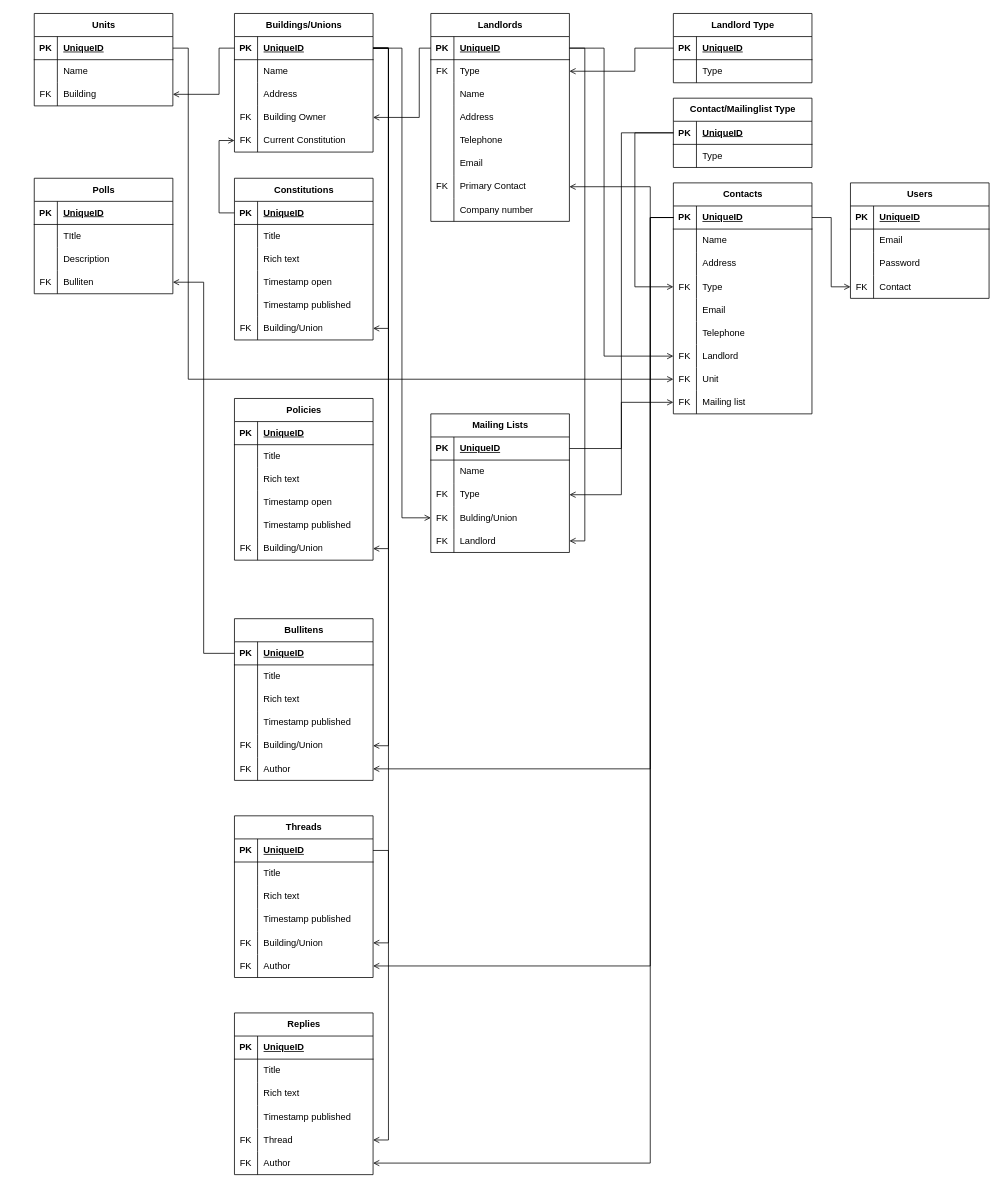
Above: docs/architecture/Entity Diagram.drawio in IslayAnderson/untitled-unionisation-platform (draw.io), before the change. Source tidied: cells renumbered, new cells numbered last; positions are measured from the earlier drawing's top-left corner, leaving out a move shared by most shapes. Both pictures are drawn from the tidied source at 77%, with x=0, y=0 at pixel (34, 13).
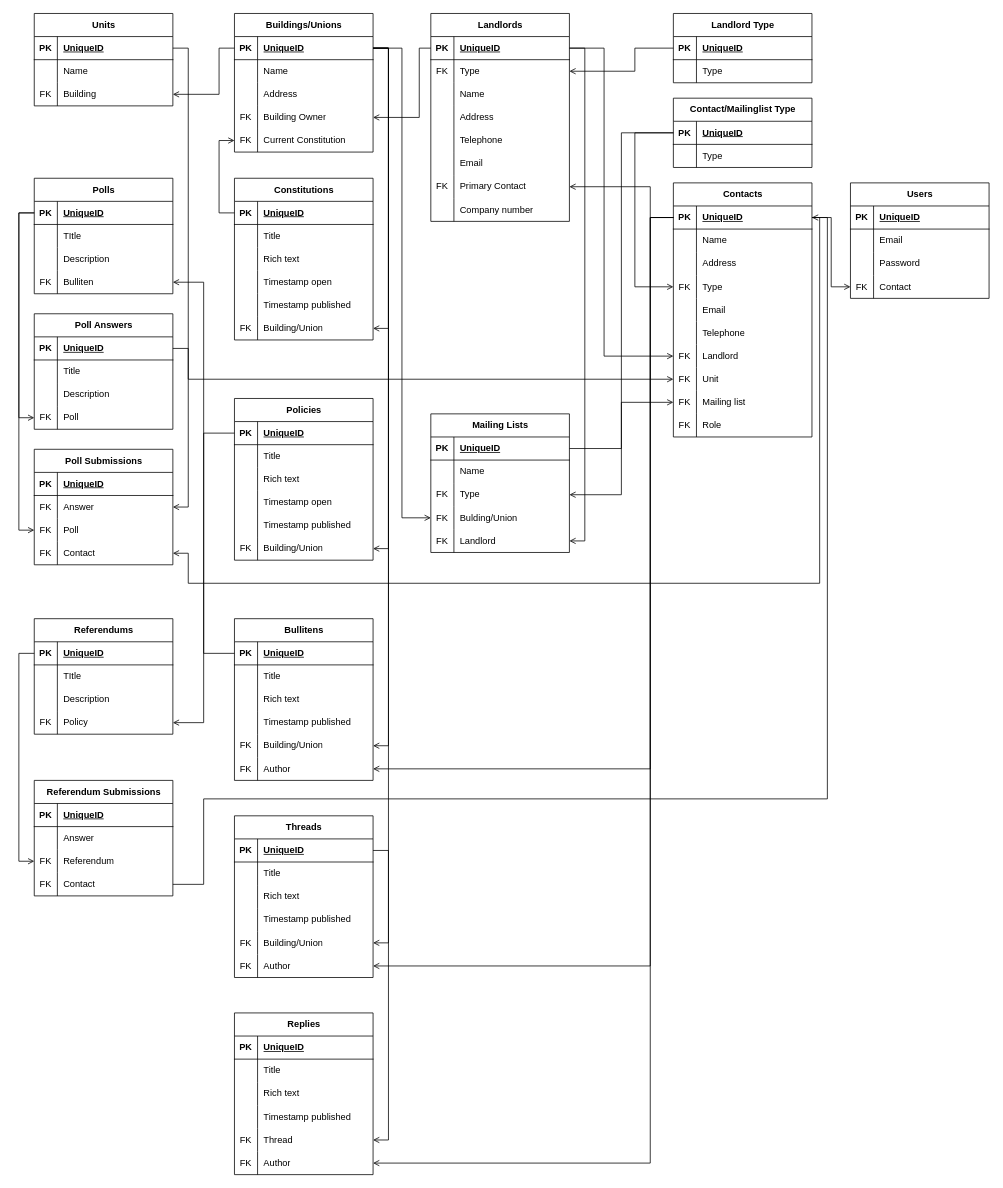
The same diagram, later.

Commit message:
create polls and referendums

The change refers to these unchanged cells:
```xml
<mxCell id="44" style="shape=tableRow;horizontal=0;startSize=0;swimlaneHead=0;swimlaneBody=0;fillColor=none;points=[[0,0.5],[1,0.5]];portConstraint=eastwest;top=0;left=0;right=0;bottom=1;" parent="43" vertex="1">
  <mxGeometry y="30" width="180" height="30" as="geometry" />
</mxCell>
<mxCell id="124" style="shape=tableRow;horizontal=0;startSize=0;swimlaneHead=0;swimlaneBody=0;fillColor=none;points=[[0,0.5],[1,0.5]];portConstraint=eastwest;top=0;left=0;right=0;bottom=1;" parent="123" vertex="1">
  <mxGeometry y="30" width="180" height="30" as="geometry" />
</mxCell>
<mxCell id="241" style="shape=tableRow;horizontal=0;startSize=0;swimlaneHead=0;swimlaneBody=0;fillColor=none;points=[[0,0.5],[1,0.5]];portConstraint=eastwest;top=0;left=0;right=0;bottom=1;" parent="240" vertex="1">
  <mxGeometry y="30" width="180" height="30" as="geometry" />
</mxCell>
```

The edit, as a diff of the source:
```diff
@@
     <mxCell id="43" value="Contacts" style="shape=table;startSize=30;childLayout=tableLayout;rowLines=0;fontStyle=1;align=center;html=1;" parent="1" vertex="1">
-      <mxGeometry x="830" y="220" width="180" height="300" as="geometry" />
+      <mxGeometry x="830" y="220" width="180" height="330" as="geometry" />
     </mxCell>
@@
+    <mxCell id="254" style="shape=tableRow;horizontal=0;startSize=0;swimlaneHead=0;swimlaneBody=0;fillColor=none;top=0;left=0;right=0;bottom=0;" parent="43" vertex="1">
+      <mxGeometry y="300" width="180" height="30" as="geometry" />
+    </mxCell>
+    <mxCell id="255" value="FK" style="shape=partialRectangle;fillColor=none;top=0;left=0;bottom=0;right=0;overflow=hidden;whiteSpace=wrap;html=1;" parent="254" vertex="1">
+      <mxGeometry width="30" height="30" as="geometry" />
+    </mxCell>
+    <mxCell id="256" value="Role" style="shape=partialRectangle;fillColor=none;top=0;left=0;bottom=0;right=0;align=left;spacingLeft=6;overflow=hidden;whiteSpace=wrap;html=1;" parent="254" vertex="1">
+      <mxGeometry x="30" width="150" height="30" as="geometry" />
+    </mxCell>
@@
+    <mxCell id="257" value="Poll Answers" style="shape=table;startSize=30;childLayout=tableLayout;rowLines=0;fontStyle=1;align=center;html=1;" parent="1" vertex="1">
+      <mxGeometry y="390" width="180" height="150" as="geometry" />
+    </mxCell>
+    <mxCell id="258" style="shape=tableRow;horizontal=0;startSize=0;swimlaneHead=0;swimlaneBody=0;fillColor=none;points=[[0,0.5],[1,0.5]];portConstraint=eastwest;top=0;left=0;right=0;bottom=1;" parent="257" vertex="1">
+      <mxGeometry y="30" width="180" height="30" as="geometry" />
+    </mxCell>
+    <mxCell id="259" value="PK" style="shape=partialRectangle;fillColor=none;top=0;left=0;bottom=0;right=0;fontStyle=1;overflow=hidden;whiteSpace=wrap;html=1;" parent="258" vertex="1">
+      <mxGeometry width="30" height="30" as="geometry" />
+    </mxCell>
+    <mxCell id="260" value="UniqueID" style="shape=partialRectangle;fillColor=none;top=0;left=0;bottom=0;right=0;align=left;spacingLeft=6;fontStyle=5;overflow=hidden;whiteSpace=wrap;html=1;" parent="258" vertex="1">
+      <mxGeometry x="30" width="150" height="30" as="geometry" />
+    </mxCell>
+    <mxCell id="261" style="shape=tableRow;horizontal=0;startSize=0;swimlaneHead=0;swimlaneBody=0;fillColor=none;top=0;left=0;right=0;bottom=0;" parent="257" vertex="1">
+      <mxGeometry y="60" width="180" height="30" as="geometry" />
+    </mxCell>
+    <mxCell id="262" style="shape=partialRectangle;fillColor=none;top=0;left=0;bottom=0;right=0;overflow=hidden;whiteSpace=wrap;html=1;" parent="261" vertex="1">
+      <mxGeometry width="30" height="30" as="geometry" />
+    </mxCell>
+    <mxCell id="263" value="Title" style="shape=partialRectangle;fillColor=none;top=0;left=0;bottom=0;right=0;align=left;spacingLeft=6;overflow=hidden;whiteSpace=wrap;html=1;" parent="261" vertex="1">
+      <mxGeometry x="30" width="150" height="30" as="geometry" />
+    </mxCell>
+    <mxCell id="264" style="shape=tableRow;horizontal=0;startSize=0;swimlaneHead=0;swimlaneBody=0;fillColor=none;top=0;left=0;right=0;bottom=0;" parent="257" vertex="1">
+      <mxGeometry y="90" width="180" height="30" as="geometry" />
+    </mxCell>
+    <mxCell id="265" style="shape=partialRectangle;fillColor=none;top=0;left=0;bottom=0;right=0;overflow=hidden;whiteSpace=wrap;html=1;" parent="264" vertex="1">
+      <mxGeometry width="30" height="30" as="geometry" />
+    </mxCell>
+    <mxCell id="266" value="Description" style="shape=partialRectangle;fillColor=none;top=0;left=0;bottom=0;right=0;align=left;spacingLeft=6;overflow=hidden;whiteSpace=wrap;html=1;" parent="264" vertex="1">
+      <mxGeometry x="30" width="150" height="30" as="geometry" />
+    </mxCell>
+    <mxCell id="267" style="shape=tableRow;horizontal=0;startSize=0;swimlaneHead=0;swimlaneBody=0;fillColor=none;points=[[0,0.5],[1,0.5]];portConstraint=eastwest;top=0;left=0;right=0;bottom=0;" parent="257" vertex="1">
+      <mxGeometry y="120" width="180" height="30" as="geometry" />
+    </mxCell>
+    <mxCell id="268" value="FK" style="shape=partialRectangle;fillColor=none;top=0;left=0;bottom=0;right=0;overflow=hidden;whiteSpace=wrap;html=1;" parent="267" vertex="1">
+      <mxGeometry width="30" height="30" as="geometry" />
+    </mxCell>
+    <mxCell id="269" value="Poll" style="shape=partialRectangle;fillColor=none;top=0;left=0;bottom=0;right=0;align=left;spacingLeft=6;overflow=hidden;whiteSpace=wrap;html=1;" parent="267" vertex="1">
+      <mxGeometry x="30" width="150" height="30" as="geometry" />
+    </mxCell>
+    <mxCell id="270" style="edgeStyle=orthogonalEdgeStyle;rounded=0;jettySize=auto;html=1;exitX=0;exitY=0.5;exitDx=0;exitDy=0;entryX=0;entryY=0.5;entryDx=0;entryDy=0;defaultLabelBackgroundColor=page;endArrow=open;endFill=0;" parent="1" edge="1" source="241" target="267">
+      <mxGeometry relative="1" as="geometry" />
+    </mxCell>
+    <mxCell id="271" value="Poll Submissions" style="shape=table;startSize=30;childLayout=tableLayout;rowLines=0;fontStyle=1;align=center;html=1;" parent="1" vertex="1">
+      <mxGeometry y="566" width="180" height="150" as="geometry" />
+    </mxCell>
+    <mxCell id="272" style="shape=tableRow;horizontal=0;startSize=0;swimlaneHead=0;swimlaneBody=0;fillColor=none;top=0;left=0;right=0;bottom=1;" parent="271" vertex="1">
+      <mxGeometry y="30" width="180" height="30" as="geometry" />
+    </mxCell>
+    <mxCell id="273" value="PK" style="shape=partialRectangle;fillColor=none;top=0;left=0;bottom=0;right=0;fontStyle=1;overflow=hidden;whiteSpace=wrap;html=1;" parent="272" vertex="1">
+      <mxGeometry width="30" height="30" as="geometry" />
+    </mxCell>
+    <mxCell id="274" value="UniqueID" style="shape=partialRectangle;fillColor=none;top=0;left=0;bottom=0;right=0;align=left;spacingLeft=6;fontStyle=5;overflow=hidden;whiteSpace=wrap;html=1;" parent="272" vertex="1">
+      <mxGeometry x="30" width="150" height="30" as="geometry" />
+    </mxCell>
+    <mxCell id="275" style="shape=tableRow;horizontal=0;startSize=0;swimlaneHead=0;swimlaneBody=0;fillColor=none;points=[[0,0.5],[1,0.5]];portConstraint=eastwest;top=0;left=0;right=0;bottom=0;" parent="271" vertex="1">
+      <mxGeometry y="60" width="180" height="30" as="geometry" />
+    </mxCell>
+    <mxCell id="276" value="FK" style="shape=partialRectangle;fillColor=none;top=0;left=0;bottom=0;right=0;overflow=hidden;whiteSpace=wrap;html=1;" parent="275" vertex="1">
+      <mxGeometry width="30" height="30" as="geometry" />
+    </mxCell>
+    <mxCell id="277" value="Answer" style="shape=partialRectangle;fillColor=none;top=0;left=0;bottom=0;right=0;align=left;spacingLeft=6;overflow=hidden;whiteSpace=wrap;html=1;" parent="275" vertex="1">
+      <mxGeometry x="30" width="150" height="30" as="geometry" />
+    </mxCell>
+    <mxCell id="278" style="shape=tableRow;horizontal=0;startSize=0;swimlaneHead=0;swimlaneBody=0;fillColor=none;points=[[0,0.5],[1,0.5]];portConstraint=eastwest;top=0;left=0;right=0;bottom=0;" parent="271" vertex="1">
+      <mxGeometry y="90" width="180" height="30" as="geometry" />
+    </mxCell>
+    <mxCell id="279" value="FK" style="shape=partialRectangle;fillColor=none;top=0;left=0;bottom=0;right=0;overflow=hidden;whiteSpace=wrap;html=1;" parent="278" vertex="1">
+      <mxGeometry width="30" height="30" as="geometry" />
+    </mxCell>
+    <mxCell id="280" value="Poll" style="shape=partialRectangle;fillColor=none;top=0;left=0;bottom=0;right=0;align=left;spacingLeft=6;overflow=hidden;whiteSpace=wrap;html=1;" parent="278" vertex="1">
+      <mxGeometry x="30" width="150" height="30" as="geometry" />
+    </mxCell>
+    <mxCell id="281" style="shape=tableRow;horizontal=0;startSize=0;swimlaneHead=0;swimlaneBody=0;fillColor=none;points=[[0,0.5],[1,0.5]];portConstraint=eastwest;top=0;left=0;right=0;bottom=0;" parent="271" vertex="1">
+      <mxGeometry y="120" width="180" height="30" as="geometry" />
+    </mxCell>
+    <mxCell id="282" value="FK" style="shape=partialRectangle;fillColor=none;top=0;left=0;bottom=0;right=0;overflow=hidden;whiteSpace=wrap;html=1;" parent="281" vertex="1">
+      <mxGeometry width="30" height="30" as="geometry" />
+    </mxCell>
+    <mxCell id="283" value="Contact" style="shape=partialRectangle;fillColor=none;top=0;left=0;bottom=0;right=0;align=left;spacingLeft=6;overflow=hidden;whiteSpace=wrap;html=1;" parent="281" vertex="1">
+      <mxGeometry x="30" width="150" height="30" as="geometry" />
+    </mxCell>
+    <mxCell id="284" style="edgeStyle=orthogonalEdgeStyle;rounded=0;jettySize=auto;html=1;exitX=1;exitY=0.5;exitDx=0;exitDy=0;entryX=1;entryY=0.5;entryDx=0;entryDy=0;defaultLabelBackgroundColor=page;endArrow=open;endFill=0;" parent="1" edge="1" source="258" target="275">
+      <mxGeometry relative="1" as="geometry" />
+    </mxCell>
+    <mxCell id="285" style="edgeStyle=orthogonalEdgeStyle;rounded=0;jettySize=auto;html=1;exitX=0;exitY=0.5;exitDx=0;exitDy=0;entryX=0;entryY=0.5;entryDx=0;entryDy=0;defaultLabelBackgroundColor=page;endArrow=open;endFill=0;" parent="1" edge="1" source="241" target="278">
+      <mxGeometry relative="1" as="geometry" />
+    </mxCell>
+    <mxCell id="286" style="edgeStyle=orthogonalEdgeStyle;rounded=0;jettySize=auto;html=1;exitX=1;exitY=0.5;exitDx=0;exitDy=0;entryX=1;entryY=0.5;entryDx=0;entryDy=0;defaultLabelBackgroundColor=page;endArrow=open;endFill=0;" parent="1" edge="1" source="44" target="281">
+      <mxGeometry x="-0.01" relative="1" as="geometry">
+        <Array as="points">
+          <mxPoint x="1020" y="265" />
+          <mxPoint x="1020" y="740" />
+          <mxPoint x="200" y="740" />
+          <mxPoint x="200" y="701" />
+        </Array>
+      </mxGeometry>
+    </mxCell>
+    <mxCell id="287" value="Referendums" style="shape=table;startSize=30;childLayout=tableLayout;rowLines=0;fontStyle=1;align=center;html=1;" parent="1" vertex="1">
+      <mxGeometry y="786" width="180" height="150" as="geometry" />
+    </mxCell>
+    <mxCell id="288" style="shape=tableRow;horizontal=0;startSize=0;swimlaneHead=0;swimlaneBody=0;fillColor=none;points=[[0,0.5],[1,0.5]];portConstraint=eastwest;top=0;left=0;right=0;bottom=1;" parent="287" vertex="1">
+      <mxGeometry y="30" width="180" height="30" as="geometry" />
+    </mxCell>
+    <mxCell id="289" value="PK" style="shape=partialRectangle;fillColor=none;top=0;left=0;bottom=0;right=0;fontStyle=1;overflow=hidden;whiteSpace=wrap;html=1;" parent="288" vertex="1">
+      <mxGeometry width="30" height="30" as="geometry" />
+    </mxCell>
+    <mxCell id="290" value="UniqueID" style="shape=partialRectangle;fillColor=none;top=0;left=0;bottom=0;right=0;align=left;spacingLeft=6;fontStyle=5;overflow=hidden;whiteSpace=wrap;html=1;" parent="288" vertex="1">
+      <mxGeometry x="30" width="150" height="30" as="geometry" />
+    </mxCell>
+    <mxCell id="291" style="shape=tableRow;horizontal=0;startSize=0;swimlaneHead=0;swimlaneBody=0;fillColor=none;top=0;left=0;right=0;bottom=0;" parent="287" vertex="1">
+      <mxGeometry y="60" width="180" height="30" as="geometry" />
+    </mxCell>
+    <mxCell id="292" style="shape=partialRectangle;fillColor=none;top=0;left=0;bottom=0;right=0;overflow=hidden;whiteSpace=wrap;html=1;" parent="291" vertex="1">
+      <mxGeometry width="30" height="30" as="geometry" />
+    </mxCell>
+    <mxCell id="293" value="TItle" style="shape=partialRectangle;fillColor=none;top=0;left=0;bottom=0;right=0;align=left;spacingLeft=6;overflow=hidden;whiteSpace=wrap;html=1;" parent="291" vertex="1">
+      <mxGeometry x="30" width="150" height="30" as="geometry" />
+    </mxCell>
+    <mxCell id="294" style="shape=tableRow;horizontal=0;startSize=0;swimlaneHead=0;swimlaneBody=0;fillColor=none;top=0;left=0;right=0;bottom=0;" parent="287" vertex="1">
+      <mxGeometry y="90" width="180" height="30" as="geometry" />
+    </mxCell>
+    <mxCell id="295" style="shape=partialRectangle;fillColor=none;top=0;left=0;bottom=0;right=0;overflow=hidden;whiteSpace=wrap;html=1;" parent="294" vertex="1">
+      <mxGeometry width="30" height="30" as="geometry" />
+    </mxCell>
+    <mxCell id="296" value="Description" style="shape=partialRectangle;fillColor=none;top=0;left=0;bottom=0;right=0;align=left;spacingLeft=6;overflow=hidden;whiteSpace=wrap;html=1;" parent="294" vertex="1">
+      <mxGeometry x="30" width="150" height="30" as="geometry" />
+    </mxCell>
+    <mxCell id="297" style="shape=tableRow;horizontal=0;startSize=0;swimlaneHead=0;swimlaneBody=0;fillColor=none;points=[[0,0.5],[1,0.5]];portConstraint=eastwest;top=0;left=0;right=0;bottom=0;" parent="287" vertex="1">
+      <mxGeometry y="120" width="180" height="30" as="geometry" />
+    </mxCell>
+    <mxCell id="298" value="FK" style="shape=partialRectangle;fillColor=none;top=0;left=0;bottom=0;right=0;overflow=hidden;whiteSpace=wrap;html=1;" parent="297" vertex="1">
+      <mxGeometry width="30" height="30" as="geometry" />
+    </mxCell>
+    <mxCell id="299" value="Policy" style="shape=partialRectangle;fillColor=none;top=0;left=0;bottom=0;right=0;align=left;spacingLeft=6;overflow=hidden;whiteSpace=wrap;html=1;" parent="297" vertex="1">
+      <mxGeometry x="30" width="150" height="30" as="geometry" />
+    </mxCell>
+    <mxCell id="300" value="Referendum Submissions" style="shape=table;startSize=30;childLayout=tableLayout;rowLines=0;fontStyle=1;align=center;html=1;" parent="1" vertex="1">
+      <mxGeometry y="996" width="180" height="150" as="geometry" />
+    </mxCell>
+    <mxCell id="301" style="shape=tableRow;horizontal=0;startSize=0;swimlaneHead=0;swimlaneBody=0;fillColor=none;top=0;left=0;right=0;bottom=1;" parent="300" vertex="1">
+      <mxGeometry y="30" width="180" height="30" as="geometry" />
+    </mxCell>
+    <mxCell id="302" value="PK" style="shape=partialRectangle;fillColor=none;top=0;left=0;bottom=0;right=0;fontStyle=1;overflow=hidden;whiteSpace=wrap;html=1;" parent="301" vertex="1">
+      <mxGeometry width="30" height="30" as="geometry" />
+    </mxCell>
+    <mxCell id="303" value="UniqueID" style="shape=partialRectangle;fillColor=none;top=0;left=0;bottom=0;right=0;align=left;spacingLeft=6;fontStyle=5;overflow=hidden;whiteSpace=wrap;html=1;" parent="301" vertex="1">
+      <mxGeometry x="30" width="150" height="30" as="geometry" />
+    </mxCell>
+    <mxCell id="304" style="shape=tableRow;horizontal=0;startSize=0;swimlaneHead=0;swimlaneBody=0;fillColor=none;top=0;left=0;right=0;bottom=0;" parent="300" vertex="1">
+      <mxGeometry y="60" width="180" height="30" as="geometry" />
+    </mxCell>
+    <mxCell id="305" style="shape=partialRectangle;fillColor=none;top=0;left=0;bottom=0;right=0;overflow=hidden;whiteSpace=wrap;html=1;" parent="304" vertex="1">
+      <mxGeometry width="30" height="30" as="geometry" />
+    </mxCell>
+    <mxCell id="306" value="Answer" style="shape=partialRectangle;fillColor=none;top=0;left=0;bottom=0;right=0;align=left;spacingLeft=6;overflow=hidden;whiteSpace=wrap;html=1;" parent="304" vertex="1">
+      <mxGeometry x="30" width="150" height="30" as="geometry" />
+    </mxCell>
+    <mxCell id="307" style="shape=tableRow;horizontal=0;startSize=0;swimlaneHead=0;swimlaneBody=0;fillColor=none;points=[[0,0.5],[1,0.5]];portConstraint=eastwest;top=0;left=0;right=0;bottom=0;" parent="300" vertex="1">
+      <mxGeometry y="90" width="180" height="30" as="geometry" />
+    </mxCell>
+    <mxCell id="308" value="FK" style="shape=partialRectangle;fillColor=none;top=0;left=0;bottom=0;right=0;overflow=hidden;whiteSpace=wrap;html=1;" parent="307" vertex="1">
+      <mxGeometry width="30" height="30" as="geometry" />
+    </mxCell>
+    <mxCell id="309" value="Referendum" style="shape=partialRectangle;fillColor=none;top=0;left=0;bottom=0;right=0;align=left;spacingLeft=6;overflow=hidden;whiteSpace=wrap;html=1;" parent="307" vertex="1">
+      <mxGeometry x="30" width="150" height="30" as="geometry" />
+    </mxCell>
+    <mxCell id="310" style="shape=tableRow;horizontal=0;startSize=0;swimlaneHead=0;swimlaneBody=0;fillColor=none;points=[[0,0.5],[1,0.5]];portConstraint=eastwest;top=0;left=0;right=0;bottom=0;" parent="300" vertex="1">
+      <mxGeometry y="120" width="180" height="30" as="geometry" />
+    </mxCell>
+    <mxCell id="311" value="FK" style="shape=partialRectangle;fillColor=none;top=0;left=0;bottom=0;right=0;overflow=hidden;whiteSpace=wrap;html=1;" parent="310" vertex="1">
+      <mxGeometry width="30" height="30" as="geometry" />
+    </mxCell>
+    <mxCell id="312" value="Contact" style="shape=partialRectangle;fillColor=none;top=0;left=0;bottom=0;right=0;align=left;spacingLeft=6;overflow=hidden;whiteSpace=wrap;html=1;" parent="310" vertex="1">
+      <mxGeometry x="30" width="150" height="30" as="geometry" />
+    </mxCell>
+    <mxCell id="313" style="edgeStyle=orthogonalEdgeStyle;rounded=0;jettySize=auto;html=1;exitX=0;exitY=0.5;exitDx=0;exitDy=0;entryX=1;entryY=0.5;entryDx=0;entryDy=0;defaultLabelBackgroundColor=page;endArrow=open;endFill=0;" parent="1" edge="1" source="124" target="297">
+      <mxGeometry relative="1" as="geometry" />
+    </mxCell>
+    <mxCell id="314" style="edgeStyle=orthogonalEdgeStyle;rounded=0;jettySize=auto;html=1;exitX=0;exitY=0.5;exitDx=0;exitDy=0;entryX=0;entryY=0.5;entryDx=0;entryDy=0;defaultLabelBackgroundColor=page;endArrow=open;endFill=0;" parent="1" edge="1" source="288" target="307">
+      <mxGeometry relative="1" as="geometry" />
+    </mxCell>
+    <mxCell id="315" style="edgeStyle=orthogonalEdgeStyle;rounded=0;jettySize=auto;html=1;exitX=1;exitY=0.5;exitDx=0;exitDy=0;entryX=1;entryY=0.5;entryDx=0;entryDy=0;defaultLabelBackgroundColor=page;endArrow=open;endFill=0;" parent="1" edge="1" source="310" target="44">
+      <mxGeometry relative="1" as="geometry">
+        <Array as="points">
+          <mxPoint x="220" y="1131" />
+          <mxPoint x="220" y="1020" />
+          <mxPoint x="1030" y="1020" />
+          <mxPoint x="1030" y="265" />
+        </Array>
+      </mxGeometry>
+    </mxCell>
```
